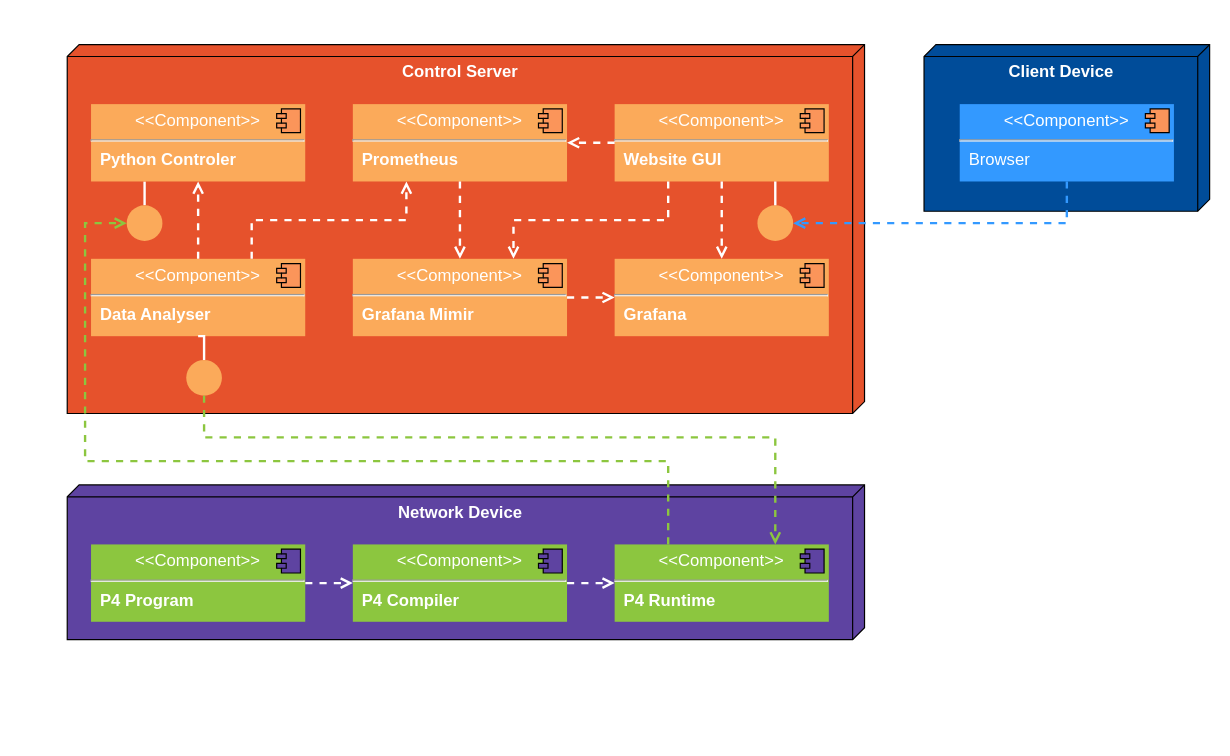
Earlier version of the draw.io diagram page "Deployment Diagram" (1 of 3) of documentation/diagrams/diagram-models.drawio (detiuaveiro/PECI-05-2022-23). Source tidied: cells renumbered, new cells numbered last; positions are measured from the earlier drawing's top-left corner, leaving out a move shared by most shapes. Both pictures are drawn from the tidied source at 119%, with x=0, y=0 at pixel (67, 44).
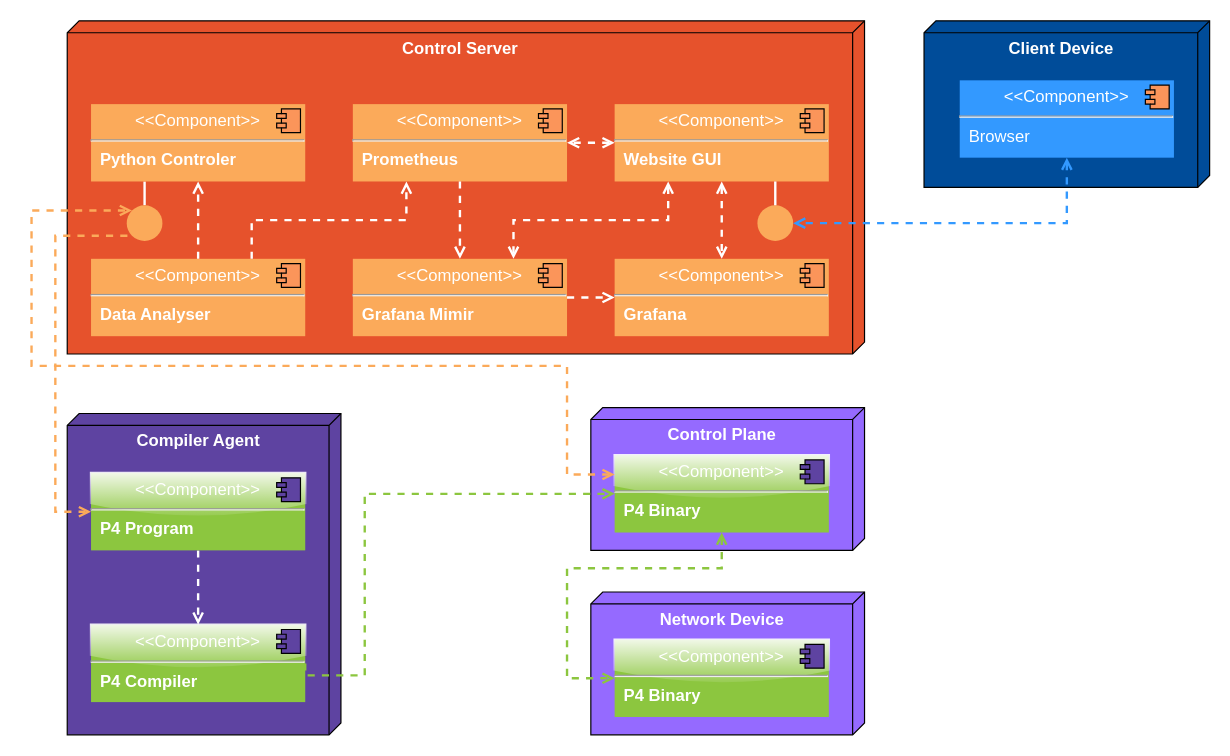
The same page after the edit.

The change refers to these unchanged cells:
```xml
<mxCell id="15" style="ellipse;whiteSpace=wrap;html=1;fontSize=14;fontColor=#FFFFFF;fillColor=#FBAA5A;strokeColor=none;" parent="1" vertex="1">
  <mxGeometry x="50" y="135" width="30" height="30" as="geometry" />
</mxCell>
<mxCell id="16" value="&lt;p style=&quot;margin:0px;margin-top:6px;text-align:center;&quot;&gt;&amp;lt;&amp;lt;Component&amp;gt;&amp;gt;&lt;/p&gt;&lt;hr&gt;&lt;p style=&quot;margin:0px;margin-left:8px;&quot;&gt;&lt;b&gt;Data Analyser&lt;/b&gt;&lt;/p&gt;" style="align=left;overflow=fill;html=1;fontSize=14;fontColor=#FFFFFF;fillColor=#FBAA5A;strokeColor=none;" parent="1" vertex="1">
  <mxGeometry x="20" y="180" width="180" height="65" as="geometry" />
</mxCell>
<mxCell id="18" value="&lt;p style=&quot;margin:0px;margin-top:6px;text-align:center;&quot;&gt;&amp;lt;&amp;lt;Component&amp;gt;&amp;gt;&lt;/p&gt;&lt;hr&gt;&lt;p style=&quot;margin:0px;margin-left:8px;&quot;&gt;&lt;b&gt;Prometheus&lt;/b&gt;&lt;/p&gt;" style="align=left;overflow=fill;html=1;fontSize=14;fontColor=#FFFFFF;fillColor=#FBAA5A;strokeColor=none;" parent="1" vertex="1">
  <mxGeometry x="240" y="50" width="180" height="65" as="geometry" />
</mxCell>
<mxCell id="20" value="&lt;p style=&quot;margin:0px;margin-top:6px;text-align:center;&quot;&gt;&amp;lt;&amp;lt;Component&amp;gt;&amp;gt;&lt;/p&gt;&lt;hr&gt;&lt;p style=&quot;margin:0px;margin-left:8px;&quot;&gt;&lt;b&gt;Grafana Mimir&lt;/b&gt;&lt;/p&gt;" style="align=left;overflow=fill;html=1;fontSize=14;fontColor=#FFFFFF;fillColor=#FBAA5A;strokeColor=none;" parent="1" vertex="1">
  <mxGeometry x="240" y="180" width="180" height="65" as="geometry" />
</mxCell>
<mxCell id="22" value="&lt;p style=&quot;margin:0px;margin-top:6px;text-align:center;&quot;&gt;&amp;lt;&amp;lt;Component&amp;gt;&amp;gt;&lt;/p&gt;&lt;hr&gt;&lt;p style=&quot;margin:0px;margin-left:8px;&quot;&gt;&lt;b&gt;Grafana&amp;nbsp;&lt;/b&gt;&lt;/p&gt;" style="align=left;overflow=fill;html=1;fontSize=14;fontColor=#FFFFFF;fillColor=#FBAA5A;strokeColor=none;" parent="1" vertex="1">
  <mxGeometry x="460" y="180" width="180" height="65" as="geometry" />
</mxCell>
<mxCell id="24" value="&lt;p style=&quot;margin:0px;margin-top:6px;text-align:center;&quot;&gt;&amp;lt;&amp;lt;Component&amp;gt;&amp;gt;&lt;/p&gt;&lt;hr&gt;&lt;p style=&quot;margin:0px;margin-left:8px;&quot;&gt;&lt;b&gt;Website GUI&lt;/b&gt;&lt;/p&gt;" style="align=left;overflow=fill;html=1;fontSize=14;fontColor=#FFFFFF;fillColor=#FBAA5A;strokeColor=none;" parent="1" vertex="1">
  <mxGeometry x="460" y="50" width="180" height="65" as="geometry" />
</mxCell>
<mxCell id="40" style="ellipse;whiteSpace=wrap;html=1;fontSize=14;fontColor=#FFFFFF;fillColor=#FBAA5A;strokeColor=none;" parent="1" vertex="1">
  <mxGeometry x="580" y="135" width="30" height="30" as="geometry" />
</mxCell>
```

What changed in the source:
```diff
@@
-    <mxCell id="2" value="&lt;font color=&quot;#ffffff&quot; style=&quot;font-size: 14px;&quot;&gt;&lt;b&gt;Network Device&lt;/b&gt;&lt;/font&gt;" style="verticalAlign=top;align=center;spacingTop=8;spacingLeft=2;spacingRight=12;shape=cube;size=10;direction=south;fontStyle=0;html=1;fillColor=#5E43A1;" parent="1" vertex="1">
-      <mxGeometry y="370" width="670" height="130" as="geometry" />
+    <mxCell id="2" value="&lt;font color=&quot;#ffffff&quot;&gt;&lt;span style=&quot;font-size: 14px;&quot;&gt;&lt;b&gt;Compiler Agent&lt;/b&gt;&lt;/span&gt;&lt;/font&gt;" style="verticalAlign=top;align=center;spacingTop=8;spacingLeft=2;spacingRight=12;shape=cube;size=10;direction=south;fontStyle=0;html=1;fillColor=#5E43A1;" parent="1" vertex="1">
+      <mxGeometry y="310" width="230" height="270" as="geometry" />
     </mxCell>
-    <mxCell id="3" style="edgeStyle=orthogonalEdgeStyle;rounded=0;jettySize=auto;html=1;dashed=1;strokeColor=#FFFFFF;strokeWidth=2;fontSize=14;fontColor=#FFFFFF;endArrow=open;endFill=0;" parent="1" edge="1" source="4" target="9">
-      <mxGeometry relative="1" as="geometry" />
-    </mxCell>
-    <mxCell id="4" value="&lt;p style=&quot;margin:0px;margin-top:6px;text-align:center;&quot;&gt;&amp;lt;&amp;lt;Component&amp;gt;&amp;gt;&lt;br&gt;&lt;/p&gt;&lt;hr&gt;&lt;p style=&quot;margin:0px;margin-left:8px;&quot;&gt;&lt;b&gt;P4 Compiler&lt;/b&gt;&lt;/p&gt;" style="align=left;overflow=fill;html=1;fontSize=14;fontColor=#FFFFFF;fillColor=#8CC63F;strokeColor=none;" parent="1" vertex="1">
-      <mxGeometry x="240" y="420" width="180" height="65" as="geometry" />
+    <mxCell id="4" value="&lt;p style=&quot;margin:0px;margin-top:6px;text-align:center;&quot;&gt;&amp;lt;&amp;lt;Component&amp;gt;&amp;gt;&lt;br&gt;&lt;/p&gt;&lt;hr&gt;&lt;p style=&quot;margin:0px;margin-left:8px;&quot;&gt;&lt;b&gt;P4 Compiler&lt;/b&gt;&lt;/p&gt;" style="align=left;overflow=fill;html=1;fontSize=14;fontColor=#FFFFFF;fillColor=#8CC63F;strokeColor=none;glass=1;" parent="1" vertex="1">
+      <mxGeometry x="20" y="487.5" width="180" height="65" as="geometry" />
     </mxCell>
@@
-    <mxCell id="7" value="&lt;p style=&quot;margin:0px;margin-top:6px;text-align:center;&quot;&gt;&amp;lt;&amp;lt;Component&amp;gt;&amp;gt;&lt;/p&gt;&lt;hr&gt;&lt;p style=&quot;margin:0px;margin-left:8px;&quot;&gt;&lt;b&gt;P4 Program&lt;/b&gt;&lt;/p&gt;" style="align=left;overflow=fill;html=1;fontSize=14;fontColor=#FFFFFF;fillColor=#8CC63F;strokeColor=none;" parent="1" vertex="1">
-      <mxGeometry x="20" y="420" width="180" height="65" as="geometry" />
+    <mxCell id="7" value="&lt;p style=&quot;margin:0px;margin-top:6px;text-align:center;&quot;&gt;&amp;lt;&amp;lt;Component&amp;gt;&amp;gt;&lt;/p&gt;&lt;hr&gt;&lt;p style=&quot;margin:0px;margin-left:8px;&quot;&gt;&lt;b&gt;P4 Program&lt;/b&gt;&lt;/p&gt;" style="align=left;overflow=fill;html=1;fontSize=14;fontColor=#FFFFFF;fillColor=#8CC63F;strokeColor=none;glass=1;" parent="1" vertex="1">
+      <mxGeometry x="20" y="360" width="180" height="65" as="geometry" />
     </mxCell>
@@
-    <mxCell id="9" value="&lt;p style=&quot;margin:0px;margin-top:6px;text-align:center;&quot;&gt;&amp;lt;&amp;lt;Component&amp;gt;&amp;gt;&lt;br&gt;&lt;/p&gt;&lt;hr&gt;&lt;p style=&quot;margin:0px;margin-left:8px;&quot;&gt;&lt;b&gt;P4 Runtime&lt;/b&gt;&lt;/p&gt;" style="align=left;overflow=fill;html=1;fontSize=14;fontColor=#FFFFFF;fillColor=#8CC63F;strokeColor=none;" parent="1" vertex="1">
-      <mxGeometry x="460" y="420" width="180" height="65" as="geometry" />
-    </mxCell>
-    <mxCell id="10" style="shape=component;jettyWidth=8;jettyHeight=4;fontSize=14;fontColor=#FFFFFF;fillColor=#5E43A1;" parent="9" vertex="1">
-      <mxGeometry x="1" width="20" height="20" relative="1" as="geometry">
-        <mxPoint x="-24" y="4" as="offset" />
-      </mxGeometry>
-    </mxCell>
     <mxCell id="11" value="&lt;font color=&quot;#ffffff&quot; style=&quot;font-size: 14px;&quot;&gt;&lt;b&gt;Control Server&lt;/b&gt;&lt;/font&gt;" style="verticalAlign=top;align=center;spacingTop=8;spacingLeft=2;spacingRight=12;shape=cube;size=10;direction=south;fontStyle=0;html=1;fillColor=#E6522C;" parent="1" vertex="1">
-      <mxGeometry width="670" height="310" as="geometry" />
+      <mxGeometry y="-20" width="670" height="280" as="geometry" />
     </mxCell>
@@
-    <mxCell id="26" style="ellipse;whiteSpace=wrap;html=1;fontSize=14;fontColor=#FFFFFF;fillColor=#FBAA5A;strokeColor=none;" parent="1" vertex="1">
-      <mxGeometry x="100" y="265" width="30" height="30" as="geometry" />
-    </mxCell>
-    <mxCell id="27" style="edgeStyle=orthogonalEdgeStyle;rounded=0;jettySize=auto;html=1;strokeColor=#FFFFFF;strokeWidth=2;fontSize=14;fontColor=#FFFFFF;endArrow=none;endFill=0;exitX=0.5;exitY=1;exitDx=0;exitDy=0;entryX=0.5;entryY=0;entryDx=0;entryDy=0;" parent="1" edge="1" source="16" target="26">
-      <mxGeometry relative="1" as="geometry" />
-    </mxCell>
-    <mxCell id="28" style="edgeStyle=orthogonalEdgeStyle;rounded=0;jettySize=auto;html=1;fontSize=14;fontColor=#FFFFFF;strokeColor=#8CC63F;strokeWidth=2;endArrow=open;endFill=0;dashed=1;entryX=0.75;entryY=0;entryDx=0;entryDy=0;exitX=0.5;exitY=1;exitDx=0;exitDy=0;" parent="1" edge="1" source="26" target="9">
-      <mxGeometry relative="1" as="geometry">
-        <Array as="points">
-          <mxPoint x="115" y="330" />
-          <mxPoint x="595" y="330" />
-        </Array>
-      </mxGeometry>
-    </mxCell>
-    <mxCell id="29" style="edgeStyle=orthogonalEdgeStyle;rounded=0;jettySize=auto;html=1;fontSize=14;fontColor=#FFFFFF;strokeColor=#8CC63F;strokeWidth=2;endArrow=open;endFill=0;dashed=1;entryX=0;entryY=0.5;entryDx=0;entryDy=0;exitX=0.25;exitY=0;exitDx=0;exitDy=0;" parent="1" edge="1" source="9" target="15">
+    <mxCell id="29" style="edgeStyle=orthogonalEdgeStyle;rounded=0;jettySize=auto;html=1;fontSize=14;fontColor=#FFFFFF;strokeColor=#FBAA5A;strokeWidth=2;endArrow=none;endFill=0;dashed=1;entryX=0;entryY=1;entryDx=0;entryDy=0;exitX=0;exitY=0.5;exitDx=0;exitDy=0;startArrow=open;startFill=0;" parent="1" edge="1" source="7" target="15">
       <mxGeometry relative="1" as="geometry">
         <Array as="points">
-          <mxPoint x="505" y="350" />
-          <mxPoint x="15" y="350" />
-          <mxPoint x="15" y="150" />
+          <mxPoint x="-10" y="393" />
+          <mxPoint x="-10" y="161" />
         </Array>
       </mxGeometry>
     </mxCell>
@@
-    <mxCell id="34" style="edgeStyle=orthogonalEdgeStyle;rounded=0;jettySize=auto;html=1;fontSize=14;fontColor=#FFFFFF;strokeColor=#FFFFFF;strokeWidth=2;endArrow=open;endFill=0;dashed=1;entryX=0.5;entryY=0;entryDx=0;entryDy=0;exitX=0.5;exitY=1;exitDx=0;exitDy=0;" parent="1" edge="1" source="24" target="22">
+    <mxCell id="34" style="edgeStyle=orthogonalEdgeStyle;rounded=0;jettySize=auto;html=1;fontSize=14;fontColor=#FFFFFF;strokeColor=#FFFFFF;strokeWidth=2;endArrow=open;endFill=0;dashed=1;entryX=0.5;entryY=0;entryDx=0;entryDy=0;exitX=0.5;exitY=1;exitDx=0;exitDy=0;startArrow=open;startFill=0;" parent="1" edge="1" source="24" target="22">
       <mxGeometry relative="1" as="geometry" />
     </mxCell>
-    <mxCell id="35" style="edgeStyle=orthogonalEdgeStyle;rounded=0;jettySize=auto;html=1;fontSize=14;fontColor=#FFFFFF;strokeColor=#FFFFFF;strokeWidth=2;endArrow=open;endFill=0;dashed=1;entryX=0.75;entryY=0;entryDx=0;entryDy=0;exitX=0.25;exitY=1;exitDx=0;exitDy=0;" parent="1" edge="1" source="24" target="20">
+    <mxCell id="35" style="edgeStyle=orthogonalEdgeStyle;rounded=0;jettySize=auto;html=1;fontSize=14;fontColor=#FFFFFF;strokeColor=#FFFFFF;strokeWidth=2;endArrow=open;endFill=0;dashed=1;entryX=0.75;entryY=0;entryDx=0;entryDy=0;exitX=0.25;exitY=1;exitDx=0;exitDy=0;startArrow=open;startFill=0;" parent="1" edge="1" source="24" target="20">
       <mxGeometry relative="1" as="geometry" />
     </mxCell>
-    <mxCell id="36" style="edgeStyle=orthogonalEdgeStyle;rounded=0;jettySize=auto;html=1;fontSize=14;fontColor=#FFFFFF;strokeColor=#FFFFFF;strokeWidth=2;endArrow=open;endFill=0;dashed=1;entryX=1;entryY=0.5;entryDx=0;entryDy=0;exitX=0;exitY=0.5;exitDx=0;exitDy=0;" parent="1" edge="1" source="24" target="18">
+    <mxCell id="36" style="edgeStyle=orthogonalEdgeStyle;rounded=0;jettySize=auto;html=1;fontSize=14;fontColor=#FFFFFF;strokeColor=#FFFFFF;strokeWidth=2;endArrow=open;endFill=0;dashed=1;entryX=1;entryY=0.5;entryDx=0;entryDy=0;exitX=0;exitY=0.5;exitDx=0;exitDy=0;startArrow=open;startFill=0;" parent="1" edge="1" source="24" target="18">
       <mxGeometry relative="1" as="geometry" />
     </mxCell>
     <mxCell id="37" value="&lt;font color=&quot;#ffffff&quot; style=&quot;font-size: 14px;&quot;&gt;&lt;b&gt;Client Device&lt;/b&gt;&lt;br&gt;&lt;/font&gt;" style="verticalAlign=top;align=center;spacingTop=8;spacingLeft=2;spacingRight=12;shape=cube;size=10;direction=south;fontStyle=0;html=1;fillColor=#004C99;" parent="1" vertex="1">
-      <mxGeometry x="720" width="240" height="140" as="geometry" />
+      <mxGeometry x="720" y="-20" width="240" height="140" as="geometry" />
     </mxCell>
     <mxCell id="38" value="&lt;p style=&quot;margin:0px;margin-top:6px;text-align:center;&quot;&gt;&amp;lt;&amp;lt;Component&amp;gt;&amp;gt;&lt;/p&gt;&lt;hr&gt;&lt;p style=&quot;margin:0px;margin-left:8px;&quot;&gt;Browser&lt;/p&gt;" style="align=left;overflow=fill;html=1;fontSize=14;fontColor=#FFFFFF;fillColor=#3399FF;strokeColor=none;" parent="1" vertex="1">
-      <mxGeometry x="750" y="50" width="180" height="65" as="geometry" />
+      <mxGeometry x="750" y="30" width="180" height="65" as="geometry" />
     </mxCell>
@@
-    <mxCell id="42" style="edgeStyle=orthogonalEdgeStyle;rounded=0;jettySize=auto;html=1;fontSize=14;fontColor=#FFFFFF;strokeColor=#3399FF;strokeWidth=2;endArrow=open;endFill=0;dashed=1;entryX=1;entryY=0.5;entryDx=0;entryDy=0;exitX=0.5;exitY=1;exitDx=0;exitDy=0;" parent="1" edge="1" source="38" target="40">
+    <mxCell id="42" style="edgeStyle=orthogonalEdgeStyle;rounded=0;jettySize=auto;html=1;fontSize=14;fontColor=#FFFFFF;strokeColor=#3399FF;strokeWidth=2;endArrow=open;endFill=0;dashed=1;entryX=1;entryY=0.5;entryDx=0;entryDy=0;exitX=0.5;exitY=1;exitDx=0;exitDy=0;startArrow=open;startFill=0;" parent="1" edge="1" source="38" target="40">
       <mxGeometry relative="1" as="geometry" />
     </mxCell>
+    <mxCell id="43" value="&lt;font color=&quot;#ffffff&quot; style=&quot;font-size: 14px;&quot;&gt;&lt;b&gt;Network Device&lt;/b&gt;&lt;/font&gt;" style="verticalAlign=top;align=center;spacingTop=8;spacingLeft=2;spacingRight=12;shape=cube;size=10;direction=south;fontStyle=0;html=1;fillColor=#956AFF;" parent="1" vertex="1">
+      <mxGeometry x="440" y="460" width="230" height="120" as="geometry" />
+    </mxCell>
+    <mxCell id="44" value="&lt;p style=&quot;margin:0px;margin-top:6px;text-align:center;&quot;&gt;&amp;lt;&amp;lt;Component&amp;gt;&amp;gt;&lt;br&gt;&lt;/p&gt;&lt;hr&gt;&lt;p style=&quot;margin:0px;margin-left:8px;&quot;&gt;&lt;b&gt;P4 Binary&lt;/b&gt;&lt;/p&gt;" style="align=left;overflow=fill;html=1;fontSize=14;fontColor=#FFFFFF;fillColor=#8CC63F;strokeColor=none;glass=1;" parent="1" vertex="1">
+      <mxGeometry x="460" y="500" width="180" height="65" as="geometry" />
+    </mxCell>
+    <mxCell id="45" style="shape=component;jettyWidth=8;jettyHeight=4;fontSize=14;fontColor=#FFFFFF;fillColor=#5E43A1;" parent="44" vertex="1">
+      <mxGeometry x="1" width="20" height="20" relative="1" as="geometry">
+        <mxPoint x="-24" y="4" as="offset" />
+      </mxGeometry>
+    </mxCell>
+    <mxCell id="46" value="&lt;font color=&quot;#ffffff&quot; style=&quot;font-size: 14px;&quot;&gt;&lt;b&gt;Control Plane&lt;/b&gt;&lt;/font&gt;" style="verticalAlign=top;align=center;spacingTop=8;spacingLeft=2;spacingRight=12;shape=cube;size=10;direction=south;fontStyle=0;html=1;fillColor=#956AFF;" parent="1" vertex="1">
+      <mxGeometry x="440" y="305" width="230" height="120" as="geometry" />
+    </mxCell>
+    <mxCell id="47" style="edgeStyle=orthogonalEdgeStyle;rounded=0;jettySize=auto;html=1;exitX=0.5;exitY=1;exitDx=0;exitDy=0;dashed=1;startArrow=open;startFill=0;endArrow=open;endFill=0;strokeColor=#8CC63F;strokeWidth=2;entryX=0;entryY=0.5;entryDx=0;entryDy=0;" parent="1" edge="1" source="48" target="44">
+      <mxGeometry relative="1" as="geometry">
+        <Array as="points">
+          <mxPoint x="550" y="440" />
+          <mxPoint x="420" y="440" />
+          <mxPoint x="420" y="533" />
+        </Array>
+      </mxGeometry>
+    </mxCell>
+    <mxCell id="48" value="&lt;p style=&quot;margin:0px;margin-top:6px;text-align:center;&quot;&gt;&amp;lt;&amp;lt;Component&amp;gt;&amp;gt;&lt;br&gt;&lt;/p&gt;&lt;hr&gt;&lt;p style=&quot;margin:0px;margin-left:8px;&quot;&gt;&lt;b&gt;P4 Binary&lt;/b&gt;&lt;/p&gt;" style="align=left;overflow=fill;html=1;fontSize=14;fontColor=#FFFFFF;fillColor=#8CC63F;strokeColor=none;glass=1;" parent="1" vertex="1">
+      <mxGeometry x="460" y="345" width="180" height="65" as="geometry" />
+    </mxCell>
+    <mxCell id="49" style="shape=component;jettyWidth=8;jettyHeight=4;fontSize=14;fontColor=#FFFFFF;fillColor=#5E43A1;" parent="48" vertex="1">
+      <mxGeometry x="1" width="20" height="20" relative="1" as="geometry">
+        <mxPoint x="-24" y="4" as="offset" />
+      </mxGeometry>
+    </mxCell>
+    <mxCell id="50" style="edgeStyle=orthogonalEdgeStyle;rounded=0;jettySize=auto;html=1;fontSize=14;fontColor=#FFFFFF;strokeColor=#FBAA5A;strokeWidth=2;endArrow=open;endFill=0;dashed=1;entryX=0;entryY=0;entryDx=0;entryDy=0;startArrow=open;startFill=0;exitX=0;exitY=0.25;exitDx=0;exitDy=0;" parent="1" edge="1" source="48" target="15">
+      <mxGeometry relative="1" as="geometry">
+        <Array as="points">
+          <mxPoint x="420" y="361" />
+          <mxPoint x="420" y="270" />
+          <mxPoint x="-30" y="270" />
+          <mxPoint x="-30" y="139" />
+        </Array>
+      </mxGeometry>
+    </mxCell>
+    <mxCell id="3" style="edgeStyle=orthogonalEdgeStyle;rounded=0;jettySize=auto;html=1;dashed=1;strokeColor=#8CC63F;strokeWidth=2;fontSize=14;fontColor=#FFFFFF;endArrow=open;endFill=0;entryX=0;entryY=0.5;entryDx=0;entryDy=0;exitX=1;exitY=0.5;exitDx=0;exitDy=0;" parent="1" edge="1" source="4" target="48">
+      <mxGeometry relative="1" as="geometry">
+        <Array as="points">
+          <mxPoint x="200" y="530" />
+          <mxPoint x="250" y="530" />
+          <mxPoint x="250" y="378" />
+        </Array>
+      </mxGeometry>
+    </mxCell>
```
